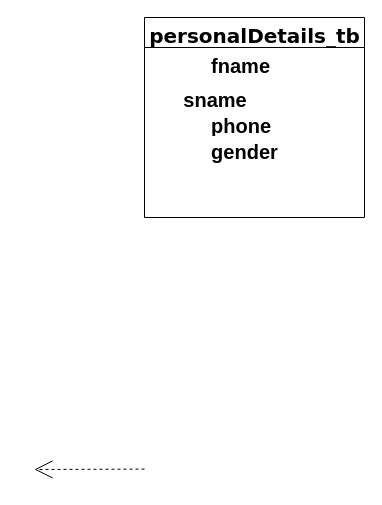
Before: Untitled Diagram.drawio in daudaokrahkingsley/forms-main, a draw.io diagram. Source tidied: cells renumbered, new cells numbered last; positions are measured from the earlier drawing's top-left corner, leaving out a move shared by most shapes. Both pictures are drawn from the tidied source at 100%, with x=0, y=0 at pixel (34, 17).
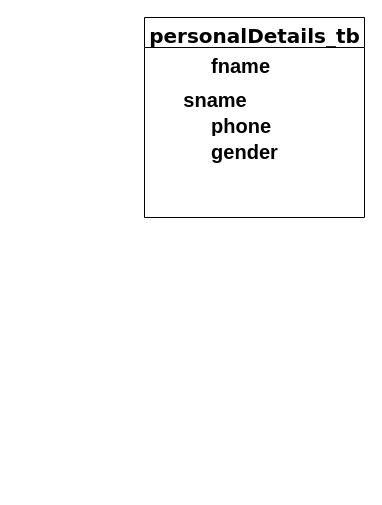
After the change.

What changed in the source:
```diff
@@
 <mxGraphModel>
   <root>
     <mxCell id="0" />
     <mxCell id="1" parent="0" />
     <mxCell id="2" value="&lt;font style=&quot;font-size: 20px;&quot;&gt;personalDetails_tb&lt;/font&gt;" style="swimlane;html=1;fontStyle=1;align=center;verticalAlign=top;horizontal=1;startSize=30;swimlaneFillColor=#ffffff;rounded=0;shadow=0;comic=0;labelBackgroundColor=none;strokeWidth=1;fillColor=none;fontFamily=Verdana;fontSize=12;" parent="1" vertex="1">
       <mxGeometry x="110" width="220" height="200" as="geometry" />
     </mxCell>
     <mxCell id="3" value="&lt;b&gt;&lt;font style=&quot;font-size: 20px;&quot;&gt;&amp;nbsp; &amp;nbsp; &amp;nbsp; &amp;nbsp; &amp;nbsp; &amp;nbsp;fnam&lt;/font&gt;&lt;font style=&quot;font-size: 20px;&quot;&gt;e&lt;/font&gt;&lt;/b&gt;" style="text;html=1;strokeColor=none;fillColor=none;align=left;verticalAlign=top;spacingLeft=4;spacingRight=4;whiteSpace=wrap;overflow=hidden;" parent="2" vertex="1">
       <mxGeometry y="30" width="220" height="34" as="geometry" />
     </mxCell>
     <mxCell id="4" value="&lt;b&gt;&lt;font style=&quot;font-size: 20px;&quot;&gt;&amp;nbsp; &lt;span style=&quot;white-space: pre;&quot;&gt; &lt;/span&gt;&amp;nbsp; &amp;nbsp;sname&lt;/font&gt;&lt;/b&gt;" style="text;html=1;strokeColor=none;fillColor=none;align=left;verticalAlign=top;spacingLeft=4;spacingRight=4;whiteSpace=wrap;overflow=hidden;" parent="2" vertex="1">
       <mxGeometry y="64" width="220" height="26" as="geometry" />
     </mxCell>
     <mxCell id="5" value="&lt;font style=&quot;font-size: 20px;&quot;&gt;&lt;b&gt;&amp;nbsp; &amp;nbsp; &amp;nbsp; &amp;nbsp; &amp;nbsp; &amp;nbsp;phone&lt;/b&gt;&lt;/font&gt;" style="text;html=1;strokeColor=none;fillColor=none;align=left;verticalAlign=top;spacingLeft=4;spacingRight=4;whiteSpace=wrap;overflow=hidden;" parent="2" vertex="1">
       <mxGeometry y="90" width="220" height="26" as="geometry" />
     </mxCell>
     <mxCell id="6" value="&lt;font style=&quot;font-size: 20px;&quot;&gt;&lt;b&gt;&amp;nbsp; &amp;nbsp; &amp;nbsp; &amp;nbsp; &amp;nbsp; &amp;nbsp;gender&lt;/b&gt;&lt;/font&gt;" style="text;html=1;strokeColor=none;fillColor=none;align=left;verticalAlign=top;spacingLeft=4;spacingRight=4;whiteSpace=wrap;overflow=hidden;" parent="2" vertex="1">
       <mxGeometry y="116" width="220" height="28" as="geometry" />
     </mxCell>
-    <mxCell id="7" style="edgeStyle=elbowEdgeStyle;html=1;labelBackgroundColor=none;startFill=0;startSize=8;endArrow=open;endFill=0;endSize=16;fontFamily=Verdana;fontSize=12;elbow=vertical;dashed=1;" parent="1" edge="1">
-      <mxGeometry relative="1" as="geometry">
-        <mxPoint x="110" y="451.6" as="sourcePoint" />
-        <mxPoint y="451.6" as="targetPoint" />
-      </mxGeometry>
-    </mxCell>
   </root>
 </mxGraphModel>
```
